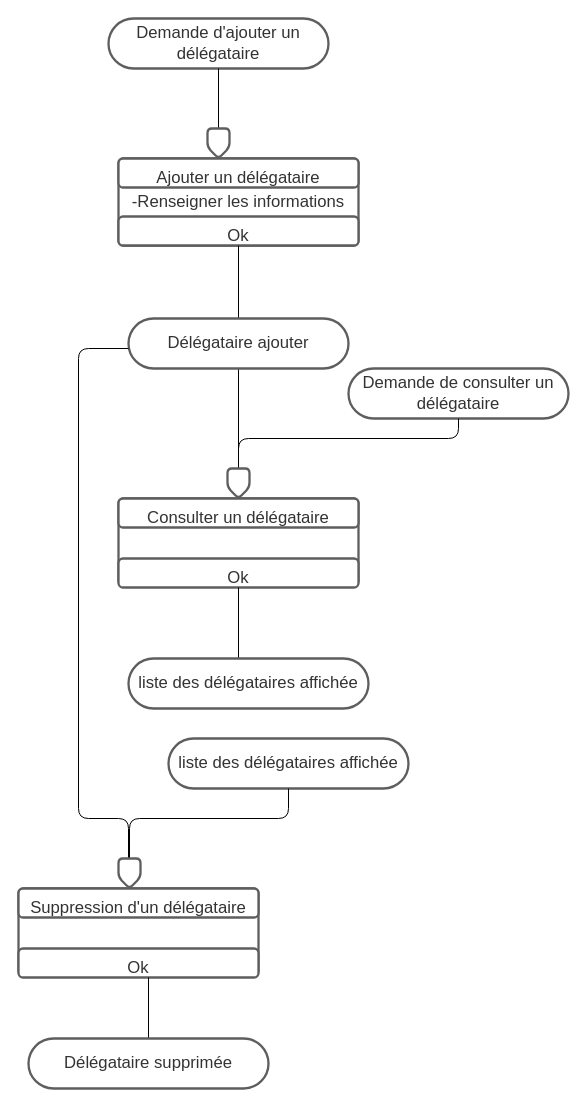
This is page "MCT-Delegataire" (2 of 7) of diagramms/Diagram.drawio from abdorah/stage2021, a draw.io file, before an edit. Source tidied: cells renumbered, new cells numbered last; positions are measured from the earlier drawing's top-left corner, leaving out a move shared by most shapes. Both pictures are drawn from the tidied source at 100%, with x=0, y=0 at pixel (18, 18).
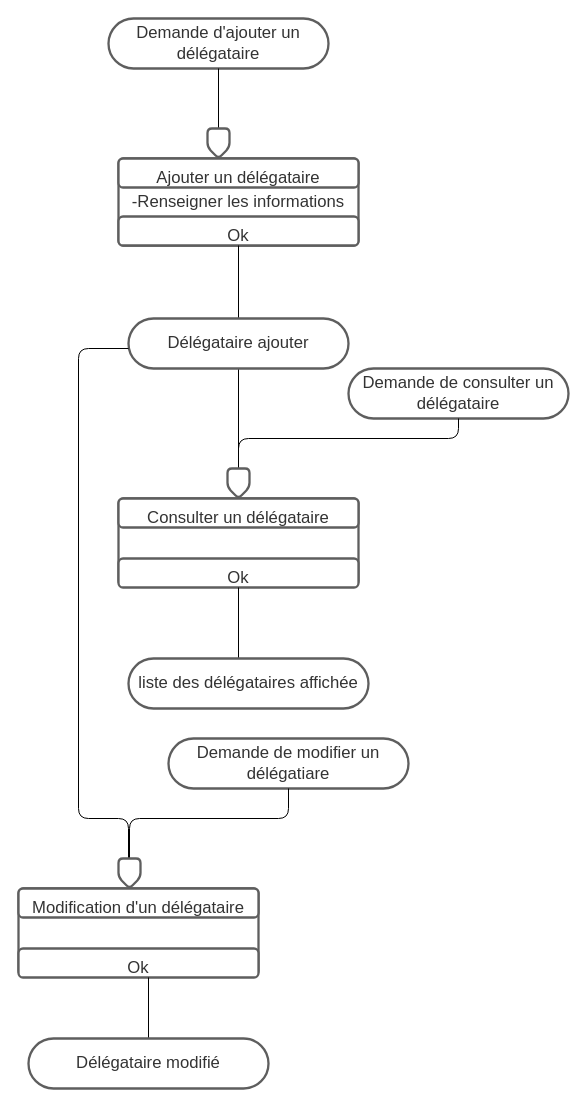
After the change.

Unchanged cells that the change refers to:
```xml
<mxCell id="2" style="group;" parent="1" vertex="1">
  <mxGeometry width="550" height="1070" as="geometry" />
</mxCell>
<mxCell id="30" style="group;" parent="2" vertex="1">
  <mxGeometry y="870" width="240" height="87" as="geometry" />
</mxCell>
```

What changed in the source:
```diff
@@
-    <mxCell id="27" value="liste des délégataires affichée" style="html=1;overflow=block;blockSpacing=1;whiteSpace=wrap;rounded=1;arcSize=50;whiteSpace=wrap;fontSize=16.7;fontColor=#333333;align=center;spacing=3.8;strokeColor=#5e5e5e;strokeOpacity=100;strokeWidth=2.3;" parent="2" vertex="1">
+    <mxCell id="27" value="Demande de modifier un délégatiare" style="html=1;overflow=block;blockSpacing=1;whiteSpace=wrap;rounded=1;arcSize=50;whiteSpace=wrap;fontSize=16.7;fontColor=#333333;align=center;spacing=3.8;strokeColor=#5e5e5e;strokeOpacity=100;strokeWidth=2.3;" parent="2" vertex="1">
       <mxGeometry x="150" y="720" width="240" height="50" as="geometry" />
     </mxCell>
@@
-    <mxCell id="32" value="Suppression d'un délégataire" style="html=1;overflow=block;blockSpacing=1;whiteSpace=wrap;whiteSpace=wrap;fontSize=16.7;fontColor=#333333;align=center;spacing=9;strokeColor=#5e5e5e;strokeOpacity=100;rounded=1;absoluteArcSize=1;arcSize=9;strokeWidth=2.3;" parent="30" vertex="1">
+    <mxCell id="32" value="Modification d'un délégataire" style="html=1;overflow=block;blockSpacing=1;whiteSpace=wrap;whiteSpace=wrap;fontSize=16.7;fontColor=#333333;align=center;spacing=9;strokeColor=#5e5e5e;strokeOpacity=100;rounded=1;absoluteArcSize=1;arcSize=9;strokeWidth=2.3;" parent="30" vertex="1">
       <mxGeometry width="240" height="29" as="geometry" />
     </mxCell>
@@
-    <mxCell id="37" value="Délégataire supprimée" style="html=1;overflow=block;blockSpacing=1;whiteSpace=wrap;rounded=1;arcSize=50;whiteSpace=wrap;fontSize=16.7;fontColor=#333333;align=center;spacing=3.8;strokeColor=#5e5e5e;strokeOpacity=100;strokeWidth=2.3;" parent="2" vertex="1">
+    <mxCell id="37" value="Délégataire modifié" style="html=1;overflow=block;blockSpacing=1;whiteSpace=wrap;rounded=1;arcSize=50;whiteSpace=wrap;fontSize=16.7;fontColor=#333333;align=center;spacing=3.8;strokeColor=#5e5e5e;strokeOpacity=100;strokeWidth=2.3;" parent="2" vertex="1">
       <mxGeometry x="10" y="1020" width="240" height="50" as="geometry" />
     </mxCell>
```
